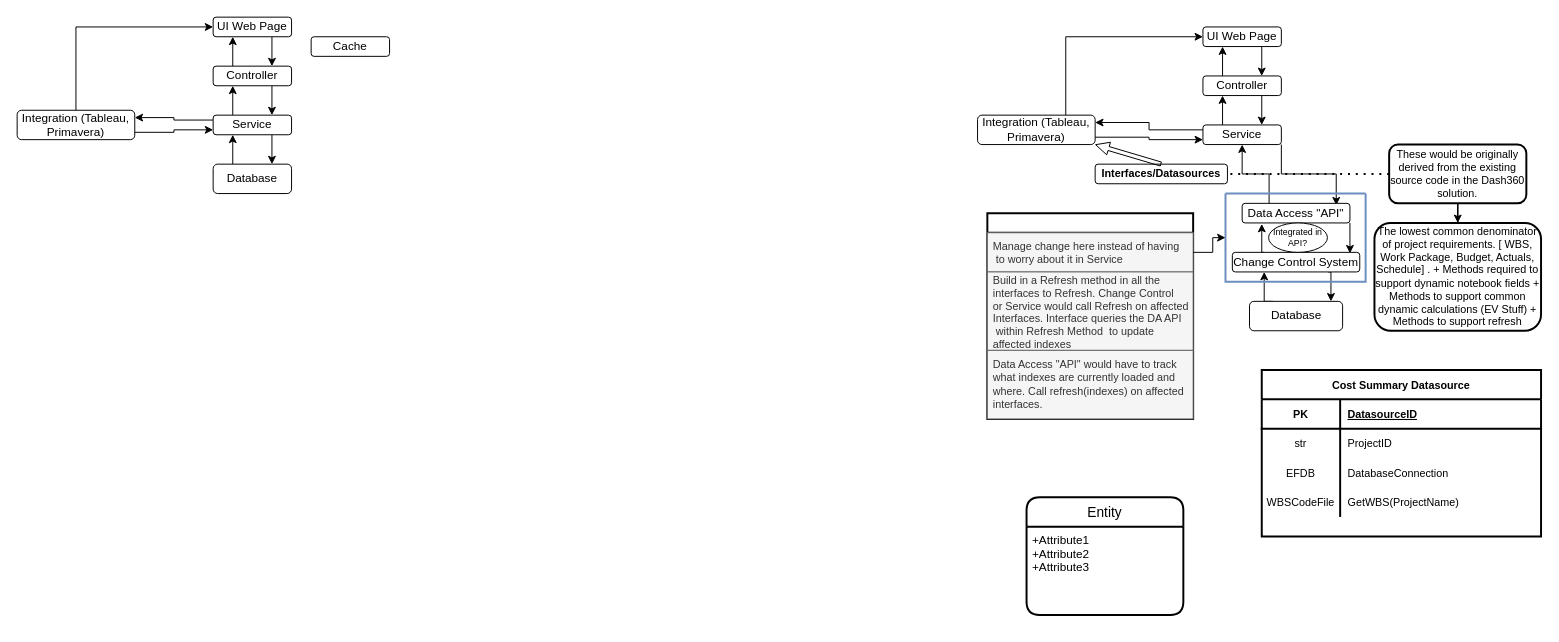
The draw.io diagram In Work/Change Control.drawio in KevinKillman/drawIORepo, before the edit. Source tidied: cells renumbered, new cells numbered last; positions are measured from the earlier drawing's top-left corner, leaving out a move shared by most shapes. Both pictures are drawn from the tidied source at 98%, with x=0, y=0 at pixel (17, 17).
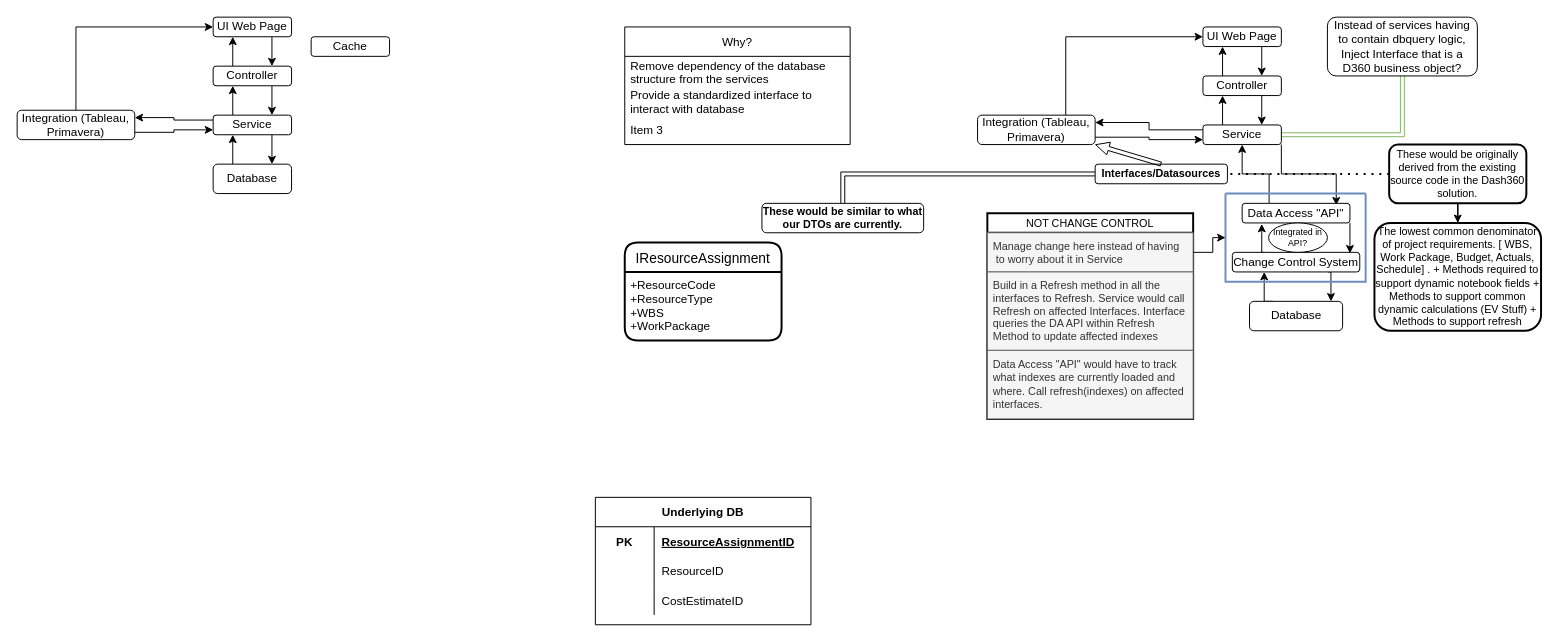
After the change.

The change refers to these unchanged cells:
```xml
<mxCell id="10" value="Service" style="rounded=1;whiteSpace=wrap;html=1;" parent="1" vertex="1">
  <mxGeometry x="1210" y="110" width="80" height="20" as="geometry" />
</mxCell>
<mxCell id="37" value="Interfaces/Datasources" style="rounded=1;whiteSpace=wrap;html=1;fontSize=11;fontStyle=1;" parent="1" vertex="1">
  <mxGeometry x="1100" y="150" width="135" height="20" as="geometry" />
</mxCell>
```

Change to the diagram source:
```diff
@@
+    <mxCell id="65" style="edgeStyle=orthogonalEdgeStyle;rounded=0;jettySize=auto;html=1;fillColor=#d5e8d4;strokeColor=#82b366;shape=link;" parent="1" edge="1" source="10" target="71">
+      <mxGeometry relative="1" as="geometry" />
+    </mxCell>
@@
+    <mxCell id="66" style="edgeStyle=orthogonalEdgeStyle;shape=link;rounded=0;jettySize=auto;html=1;" parent="1" edge="1" source="37" target="72">
+      <mxGeometry relative="1" as="geometry" />
+    </mxCell>
@@
-    <mxCell id="39" style="swimlane;fontStyle=0;horizontal=1;startSize=20;fontSize=11;strokeWidth=2;" parent="1" vertex="1">
+    <mxCell id="39" value="NOT CHANGE CONTROL" style="swimlane;fontStyle=0;horizontal=1;startSize=20;fontSize=11;strokeWidth=2;" parent="1" vertex="1">
       <mxGeometry x="990" y="200" width="210" height="210" as="geometry" />
     </mxCell>
@@
-    <mxCell id="41" value="Build in a Refresh method in all the &#10;interfaces to Refresh. Change Control or Service would call Refresh on affected&#10;Interfaces. Interface queries the DA API&#10; within Refresh Method  to update affected indexes" style="text;strokeColor=#666666;fillColor=#f5f5f5;align=left;verticalAlign=middle;spacingLeft=4;spacingRight=4;overflow=hidden;fontSize=11;fontColor=#333333;whiteSpace=wrap;" parent="39" vertex="1">
+    <mxCell id="41" value="Build in a Refresh method in all the &#10;interfaces to Refresh. Service would call Refresh on affected Interfaces. Interface queries the DA API within Refresh Method to update affected indexes" style="text;strokeColor=#666666;fillColor=#f5f5f5;align=left;verticalAlign=middle;spacingLeft=4;spacingRight=4;overflow=hidden;fontSize=11;fontColor=#333333;whiteSpace=wrap;" parent="39" vertex="1">
       <mxGeometry y="60" width="210" height="80" as="geometry" />
     </mxCell>
@@
-    <mxCell id="49" value="Cost Summary Datasource" style="shape=table;startSize=30;childLayout=tableLayout;rowLines=0;fontStyle=1;align=center;fontSize=11;strokeWidth=2;" parent="1" vertex="1">
-      <mxGeometry x="1270" y="360" width="285" height="170" as="geometry" />
-    </mxCell>
-    <mxCell id="50" style="shape=tableRow;horizontal=0;startSize=0;swimlaneHead=0;swimlaneBody=0;fillColor=none;top=0;left=0;right=0;bottom=1;fontSize=11;strokeWidth=2;" parent="49" vertex="1">
-      <mxGeometry y="30" width="285" height="30" as="geometry" />
-    </mxCell>
-    <mxCell id="51" value="PK" style="shape=partialRectangle;fillColor=none;top=0;left=0;bottom=0;right=0;fontStyle=1;overflow=hidden;fontSize=11;strokeWidth=2;" parent="50" vertex="1">
-      <mxGeometry width="80" height="30" as="geometry" />
-    </mxCell>
-    <mxCell id="52" value="DatasourceID" style="shape=partialRectangle;fillColor=none;top=0;left=0;bottom=0;right=0;align=left;spacingLeft=6;fontStyle=5;overflow=hidden;fontSize=11;strokeWidth=2;" parent="50" vertex="1">
-      <mxGeometry x="80" width="205" height="30" as="geometry" />
-    </mxCell>
-    <mxCell id="53" style="shape=tableRow;horizontal=0;startSize=0;swimlaneHead=0;swimlaneBody=0;fillColor=none;top=0;left=0;right=0;bottom=0;fontSize=11;strokeWidth=2;" parent="49" vertex="1">
-      <mxGeometry y="60" width="285" height="30" as="geometry" />
-    </mxCell>
-    <mxCell id="54" value="str" style="shape=partialRectangle;fillColor=none;top=0;left=0;bottom=0;right=0;overflow=hidden;fontSize=11;strokeWidth=2;" parent="53" vertex="1">
-      <mxGeometry width="80" height="30" as="geometry" />
-    </mxCell>
-    <mxCell id="55" value="ProjectID" style="shape=partialRectangle;fillColor=none;top=0;left=0;bottom=0;right=0;align=left;spacingLeft=6;overflow=hidden;fontSize=11;strokeWidth=2;" parent="53" vertex="1">
-      <mxGeometry x="80" width="205" height="30" as="geometry" />
-    </mxCell>
-    <mxCell id="56" style="shape=tableRow;horizontal=0;startSize=0;swimlaneHead=0;swimlaneBody=0;fillColor=none;top=0;left=0;right=0;bottom=0;fontSize=11;strokeWidth=2;" parent="49" vertex="1">
-      <mxGeometry y="90" width="285" height="30" as="geometry" />
-    </mxCell>
-    <mxCell id="57" value="EFDB" style="shape=partialRectangle;fillColor=none;top=0;left=0;bottom=0;right=0;overflow=hidden;fontSize=11;strokeWidth=2;" parent="56" vertex="1">
-      <mxGeometry width="80" height="30" as="geometry" />
-    </mxCell>
-    <mxCell id="58" value="DatabaseConnection" style="shape=partialRectangle;fillColor=none;top=0;left=0;bottom=0;right=0;align=left;spacingLeft=6;overflow=hidden;fontSize=11;strokeWidth=2;" parent="56" vertex="1">
-      <mxGeometry x="80" width="205" height="30" as="geometry" />
-    </mxCell>
-    <mxCell id="59" style="shape=tableRow;horizontal=0;startSize=0;swimlaneHead=0;swimlaneBody=0;fillColor=none;top=0;left=0;right=0;bottom=0;fontSize=11;strokeWidth=2;" parent="49" vertex="1">
-      <mxGeometry y="120" width="285" height="30" as="geometry" />
-    </mxCell>
-    <mxCell id="60" value="WBSCodeFile" style="shape=partialRectangle;fillColor=none;top=0;left=0;bottom=0;right=0;overflow=hidden;fontSize=11;strokeWidth=2;whiteSpace=wrap;" parent="59" vertex="1">
-      <mxGeometry width="80" height="30" as="geometry" />
-    </mxCell>
-    <mxCell id="61" value="GetWBS(ProjectName)" style="shape=partialRectangle;fillColor=none;top=0;left=0;bottom=0;right=0;align=left;spacingLeft=6;overflow=hidden;fontSize=11;strokeWidth=2;" parent="59" vertex="1">
-      <mxGeometry x="80" width="205" height="30" as="geometry" />
-    </mxCell>
-    <mxCell id="62" value="Entity" style="swimlane;horizontal=1;startSize=30;rounded=1;fontSize=14;fontStyle=0;strokeWidth=2;shadow=0;dashed=0;align=center;" parent="1" vertex="1">
-      <mxGeometry x="1030" y="490" width="160" height="120" as="geometry" />
+    <mxCell id="62" value="IResourceAssignment" style="swimlane;horizontal=1;startSize=30;rounded=1;fontSize=14;fontStyle=0;strokeWidth=2;shadow=0;dashed=0;align=center;" parent="1" vertex="1">
+      <mxGeometry x="620" y="230" width="160" height="100" as="geometry" />
     </mxCell>
-    <mxCell id="63" value="+Attribute1&#10;+Attribute2&#10;+Attribute3" style="align=left;strokeColor=none;fillColor=none;spacingLeft=4;fontSize=12;verticalAlign=top;" parent="62" vertex="1">
-      <mxGeometry y="30" width="160" height="90" as="geometry" />
+    <mxCell id="63" value="+ResourceCode&#10;+ResourceType&#10;+WBS&#10;+WorkPackage" style="align=left;strokeColor=none;fillColor=none;spacingLeft=4;fontSize=12;verticalAlign=top;" parent="62" vertex="1">
+      <mxGeometry y="30" width="160" height="70" as="geometry" />
     </mxCell>
@@
+    <mxCell id="67" value="Why?" style="swimlane;fontStyle=0;horizontal=1;startSize=30;" parent="1" vertex="1">
+      <mxGeometry x="620" y="10" width="230" height="120" as="geometry" />
+    </mxCell>
+    <mxCell id="68" value="Remove dependency of the database structure from the services" style="text;strokeColor=none;fillColor=none;align=left;verticalAlign=middle;spacingLeft=4;spacingRight=4;overflow=hidden;whiteSpace=wrap;" parent="67" vertex="1">
+      <mxGeometry y="30" width="230" height="30" as="geometry" />
+    </mxCell>
+    <mxCell id="69" value="Provide a standardized interface to interact with database" style="text;strokeColor=none;fillColor=none;align=left;verticalAlign=middle;spacingLeft=4;spacingRight=4;overflow=hidden;whiteSpace=wrap;" parent="67" vertex="1">
+      <mxGeometry y="60" width="230" height="30" as="geometry" />
+    </mxCell>
+    <mxCell id="70" value="Item 3" style="text;strokeColor=none;fillColor=none;align=left;verticalAlign=middle;spacingLeft=4;spacingRight=4;overflow=hidden;" parent="67" vertex="1">
+      <mxGeometry y="90" width="230" height="30" as="geometry" />
+    </mxCell>
+    <mxCell id="71" value="Instead of services having to contain dbquery logic, Inject Interface that is a D360 business object?" style="rounded=1;whiteSpace=wrap;html=1;" parent="1" vertex="1">
+      <mxGeometry x="1337" width="153" height="60" as="geometry" />
+    </mxCell>
+    <mxCell id="72" value="These would be similar to what our DTOs are currently." style="rounded=1;whiteSpace=wrap;html=1;fontSize=11;fontStyle=1;" parent="1" vertex="1">
+      <mxGeometry x="760" y="190" width="165" height="30" as="geometry" />
+    </mxCell>
+    <mxCell id="73" value="Underlying DB" style="shape=table;startSize=30;childLayout=tableLayout;rowLines=0;fontStyle=1;align=center;" parent="1" vertex="1">
+      <mxGeometry x="590" y="490" width="220" height="130" as="geometry" />
+    </mxCell>
+    <mxCell id="74" style="shape=tableRow;horizontal=0;startSize=0;swimlaneHead=0;swimlaneBody=0;fillColor=none;top=0;left=0;right=0;bottom=0;" parent="73" vertex="1">
+      <mxGeometry y="30" width="220" height="30" as="geometry" />
+    </mxCell>
+    <mxCell id="51" value="PK" style="shape=partialRectangle;fillColor=none;top=0;left=0;bottom=0;right=0;fontStyle=1;overflow=hidden;" parent="74" vertex="1">
+      <mxGeometry width="60" height="30" as="geometry" />
+    </mxCell>
+    <mxCell id="75" value="ResourceAssignmentID" style="shape=partialRectangle;fillColor=none;top=0;left=0;bottom=0;right=0;align=left;spacingLeft=6;fontStyle=5;overflow=hidden;" parent="74" vertex="1">
+      <mxGeometry x="60" width="160" height="30" as="geometry" />
+    </mxCell>
+    <mxCell id="76" style="shape=tableRow;horizontal=0;startSize=0;swimlaneHead=0;swimlaneBody=0;fillColor=none;top=0;left=0;right=0;bottom=0;" parent="73" vertex="1">
+      <mxGeometry y="60" width="220" height="30" as="geometry" />
+    </mxCell>
+    <mxCell id="77" style="shape=partialRectangle;fillColor=none;top=0;left=0;bottom=0;right=0;overflow=hidden;" parent="76" vertex="1">
+      <mxGeometry width="60" height="30" as="geometry" />
+    </mxCell>
+    <mxCell id="78" value="ResourceID" style="shape=partialRectangle;fillColor=none;top=0;left=0;bottom=0;right=0;align=left;spacingLeft=6;overflow=hidden;" parent="76" vertex="1">
+      <mxGeometry x="60" width="160" height="30" as="geometry" />
+    </mxCell>
+    <mxCell id="79" style="shape=tableRow;horizontal=0;startSize=0;swimlaneHead=0;swimlaneBody=0;fillColor=none;top=0;left=0;right=0;bottom=0;" parent="73" vertex="1">
+      <mxGeometry y="90" width="220" height="30" as="geometry" />
+    </mxCell>
+    <mxCell id="80" style="shape=partialRectangle;fillColor=none;top=0;left=0;bottom=0;right=0;overflow=hidden;" parent="79" vertex="1">
+      <mxGeometry width="60" height="30" as="geometry" />
+    </mxCell>
+    <mxCell id="81" value="CostEstimateID" style="shape=partialRectangle;fillColor=none;top=0;left=0;bottom=0;right=0;align=left;spacingLeft=6;overflow=hidden;" parent="79" vertex="1">
+      <mxGeometry x="60" width="160" height="30" as="geometry" />
+    </mxCell>
```
